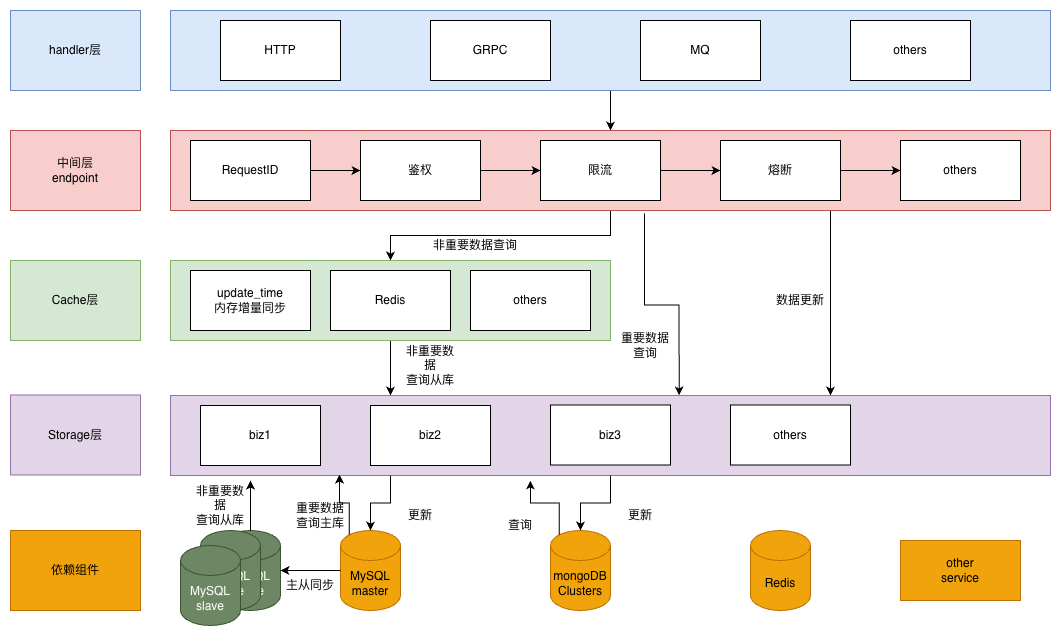
Before: assets/images/arch.drawio.png, a diagram exported from draw.io (stonebirdjx/go-layout). Source tidied: cells renumbered, new cells last; positions are measured from the earlier drawing's top-left corner, leaving out a move shared by most shapes.
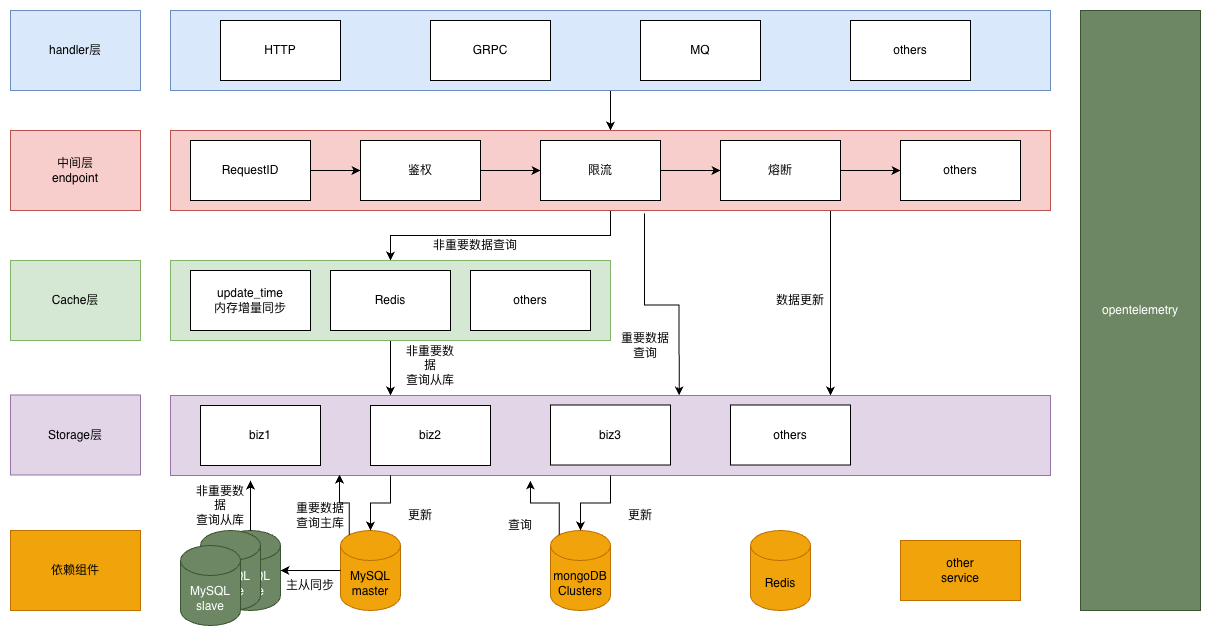
After the change.

The edit, as a diff of the source:
```diff
@@ -175,5 +175,8 @@
     <mxCell id="58" value="other&lt;div&gt;service&lt;/div&gt;" style="rounded=0;whiteSpace=wrap;html=1;fillColor=#f0a30a;fontColor=#000000;strokeColor=#BD7000;" parent="1" vertex="1">
       <mxGeometry x="890" y="530" width="120" height="60" as="geometry" />
     </mxCell>
+    <mxCell id="59" value="opentelemetry" style="rounded=0;whiteSpace=wrap;html=1;fillColor=#6d8764;fontColor=#ffffff;strokeColor=#3A5431;" parent="1" vertex="1">
+      <mxGeometry x="1070" width="120" height="600" as="geometry" />
+    </mxCell>
   </root>
 </mxGraphModel>
```
